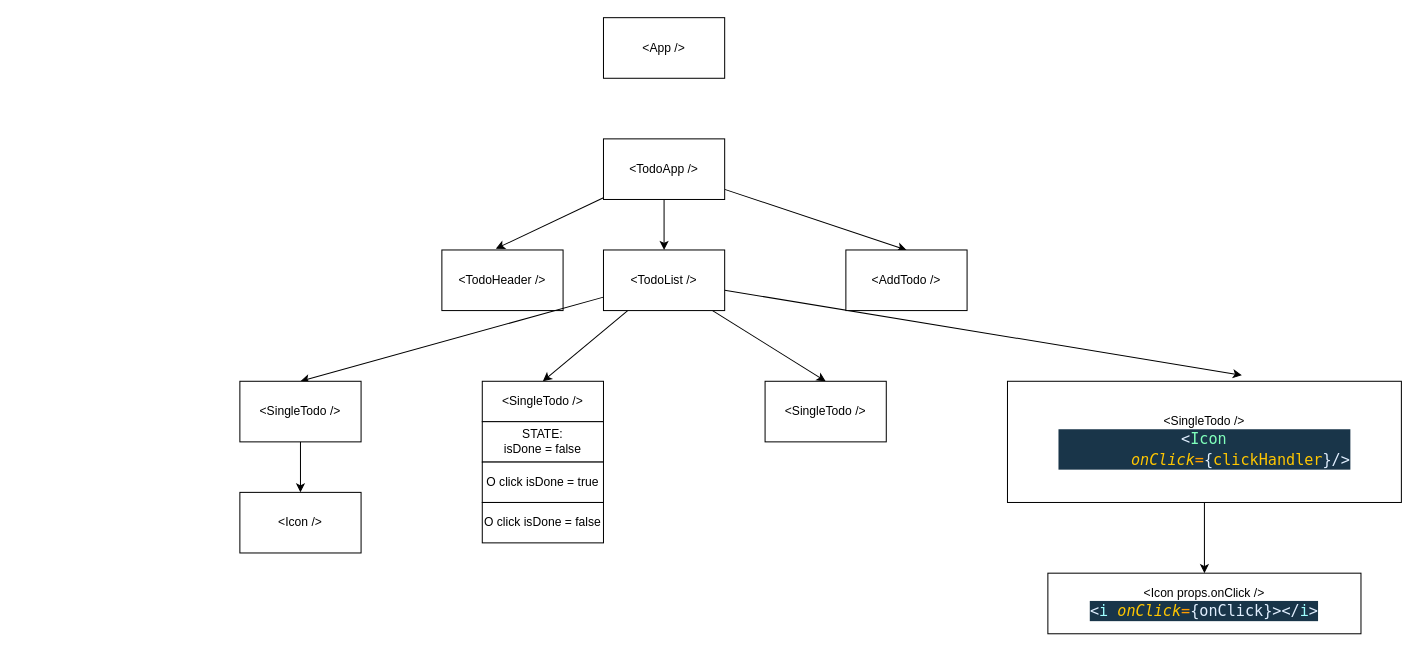
Before: diagram.drawio in Stasysj/type8-react-06-props-forms-todo, a draw.io diagram. Source tidied: cells renumbered, new cells numbered last; positions are measured from the earlier drawing's top-left corner, leaving out a move shared by most shapes. Both pictures are drawn from the tidied source at 101%, with x=0, y=0 at pixel (239, 17).
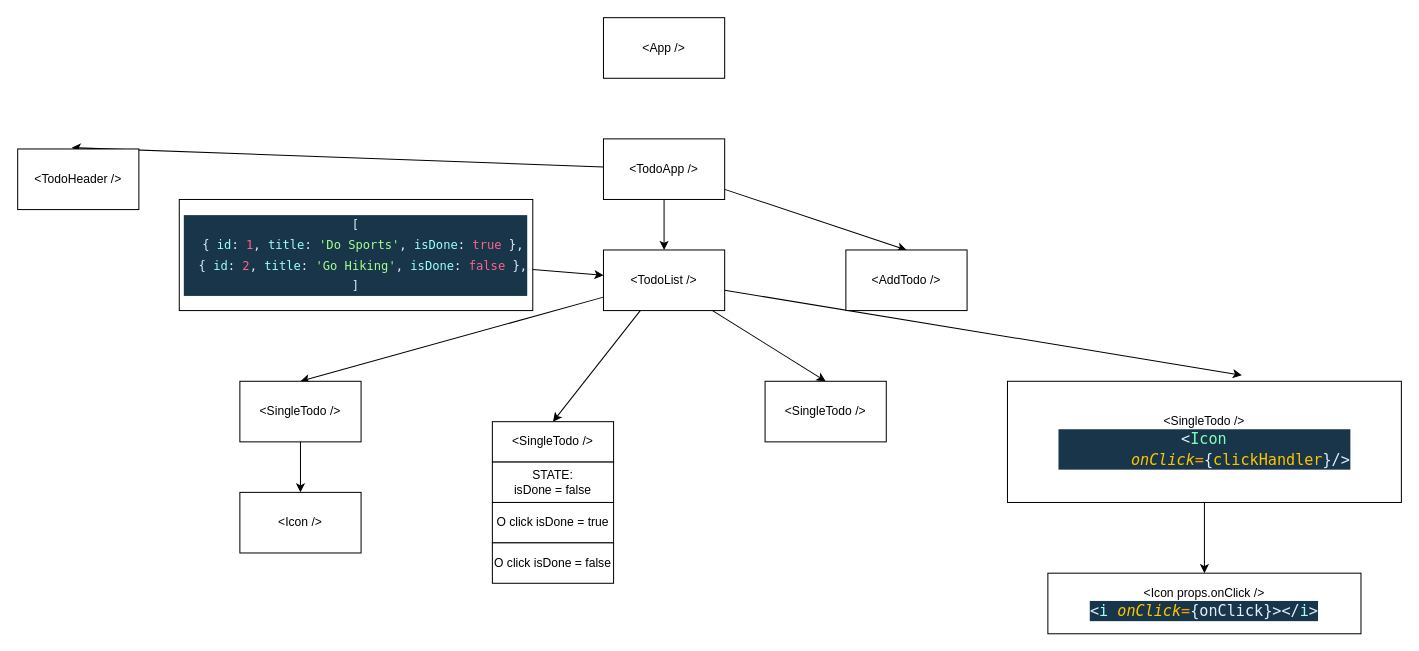
After the change.

Unchanged cells that the change refers to:
```xml
<mxCell id="12" value="&amp;lt;TodoList /&amp;gt;" style="rounded=0;whiteSpace=wrap;html=1;" parent="1" vertex="1">
  <mxGeometry x="360" y="230" width="120" height="60" as="geometry" />
</mxCell>
```

Change to the diagram source:
```diff
@@
     <mxCell id="7" value="&amp;lt;TodoHeader /&amp;gt;" style="rounded=0;whiteSpace=wrap;html=1;" parent="1" vertex="1">
-      <mxGeometry x="200" y="230" width="120" height="60" as="geometry" />
+      <mxGeometry x="-220" y="130" width="120" height="60" as="geometry" />
     </mxCell>
@@
     <mxCell id="16" value="&amp;lt;SingleTodo /&amp;gt;" style="rounded=0;whiteSpace=wrap;html=1;" parent="1" vertex="1">
-      <mxGeometry x="240" y="360" width="120" height="40" as="geometry" />
+      <mxGeometry x="250" y="400" width="120" height="40" as="geometry" />
     </mxCell>
@@
     <mxCell id="21" value="STATE: &lt;br&gt;isDone = false" style="rounded=0;whiteSpace=wrap;html=1;" parent="1" vertex="1">
-      <mxGeometry x="240" y="400" width="120" height="40" as="geometry" />
+      <mxGeometry x="250" y="440" width="120" height="40" as="geometry" />
     </mxCell>
     <mxCell id="22" value="O click isDone = true" style="rounded=0;whiteSpace=wrap;html=1;" parent="1" vertex="1">
-      <mxGeometry x="240" y="440" width="120" height="40" as="geometry" />
+      <mxGeometry x="250" y="480" width="120" height="40" as="geometry" />
     </mxCell>
     <mxCell id="23" value="O click isDone = false" style="rounded=0;whiteSpace=wrap;html=1;" parent="1" vertex="1">
-      <mxGeometry x="240" y="480" width="120" height="40" as="geometry" />
+      <mxGeometry x="250" y="520" width="120" height="40" as="geometry" />
     </mxCell>
@@
+    <mxCell id="25" style="edgeStyle=none;html=1;fontSize=12;" parent="1" edge="1" source="26" target="12">
+      <mxGeometry relative="1" as="geometry" />
+    </mxCell>
+    <mxCell id="26" value="&lt;div style=&quot;color: rgb(255 , 255 , 255) ; background-color: rgb(25 , 53 , 73) ; font-family: &amp;#34;cascadia code&amp;#34; , &amp;#34;menlo&amp;#34; , &amp;#34;monaco&amp;#34; , &amp;#34;courier new&amp;#34; , monospace , &amp;#34;consolas&amp;#34; , &amp;#34;courier new&amp;#34; , monospace ; line-height: 20px&quot;&gt;&lt;div&gt;&lt;span style=&quot;color: #e1efff&quot;&gt;[&lt;/span&gt;&lt;/div&gt;&lt;div&gt;&lt;span style=&quot;color: #9effff&quot;&gt;&amp;nbsp; &lt;/span&gt;&lt;span style=&quot;color: #e1efff&quot;&gt;{&lt;/span&gt;&lt;span style=&quot;color: #9effff&quot;&gt; &lt;/span&gt;&lt;span style=&quot;color: #9effff&quot;&gt;id&lt;/span&gt;&lt;span style=&quot;color: #e1efff&quot;&gt;:&lt;/span&gt;&lt;span style=&quot;color: #9effff&quot;&gt; &lt;/span&gt;&lt;span style=&quot;color: #ff628c&quot;&gt;1&lt;/span&gt;&lt;span style=&quot;color: #e1efff&quot;&gt;,&lt;/span&gt;&lt;span style=&quot;color: #9effff&quot;&gt; &lt;/span&gt;&lt;span style=&quot;color: #9effff&quot;&gt;title&lt;/span&gt;&lt;span style=&quot;color: #e1efff&quot;&gt;:&lt;/span&gt;&lt;span style=&quot;color: #9effff&quot;&gt; &lt;/span&gt;&lt;span style=&quot;color: #92fc79&quot;&gt;'&lt;/span&gt;&lt;span style=&quot;color: #a5ff90&quot;&gt;Do Sports&lt;/span&gt;&lt;span style=&quot;color: #92fc79&quot;&gt;'&lt;/span&gt;&lt;span style=&quot;color: #e1efff&quot;&gt;,&lt;/span&gt;&lt;span style=&quot;color: #9effff&quot;&gt; &lt;/span&gt;&lt;span style=&quot;color: #9effff&quot;&gt;isDone&lt;/span&gt;&lt;span style=&quot;color: #e1efff&quot;&gt;:&lt;/span&gt;&lt;span style=&quot;color: #9effff&quot;&gt; &lt;/span&gt;&lt;span style=&quot;color: #ff628c&quot;&gt;true&lt;/span&gt;&lt;span style=&quot;color: #9effff&quot;&gt; &lt;/span&gt;&lt;span style=&quot;color: #e1efff&quot;&gt;},&lt;/span&gt;&lt;/div&gt;&lt;div&gt;&lt;span style=&quot;color: #9effff&quot;&gt;&amp;nbsp; &lt;/span&gt;&lt;span style=&quot;color: #e1efff&quot;&gt;{&lt;/span&gt;&lt;span style=&quot;color: #9effff&quot;&gt; &lt;/span&gt;&lt;span style=&quot;color: #9effff&quot;&gt;id&lt;/span&gt;&lt;span style=&quot;color: #e1efff&quot;&gt;:&lt;/span&gt;&lt;span style=&quot;color: #9effff&quot;&gt; &lt;/span&gt;&lt;span style=&quot;color: #ff628c&quot;&gt;2&lt;/span&gt;&lt;span style=&quot;color: #e1efff&quot;&gt;,&lt;/span&gt;&lt;span style=&quot;color: #9effff&quot;&gt; &lt;/span&gt;&lt;span style=&quot;color: #9effff&quot;&gt;title&lt;/span&gt;&lt;span style=&quot;color: #e1efff&quot;&gt;:&lt;/span&gt;&lt;span style=&quot;color: #9effff&quot;&gt; &lt;/span&gt;&lt;span style=&quot;color: #92fc79&quot;&gt;'&lt;/span&gt;&lt;span style=&quot;color: #a5ff90&quot;&gt;Go Hiking&lt;/span&gt;&lt;span style=&quot;color: #92fc79&quot;&gt;'&lt;/span&gt;&lt;span style=&quot;color: #e1efff&quot;&gt;,&lt;/span&gt;&lt;span style=&quot;color: #9effff&quot;&gt; &lt;/span&gt;&lt;span style=&quot;color: #9effff&quot;&gt;isDone&lt;/span&gt;&lt;span style=&quot;color: #e1efff&quot;&gt;:&lt;/span&gt;&lt;span style=&quot;color: #9effff&quot;&gt; &lt;/span&gt;&lt;span style=&quot;color: #ff628c&quot;&gt;false&lt;/span&gt;&lt;span style=&quot;color: #9effff&quot;&gt; &lt;/span&gt;&lt;span style=&quot;color: #e1efff&quot;&gt;},&lt;/span&gt;&lt;/div&gt;&lt;div&gt;&lt;span style=&quot;color: #e1efff&quot;&gt;]&lt;/span&gt;&lt;/div&gt;&lt;/div&gt;" style="rounded=0;whiteSpace=wrap;html=1;" parent="1" vertex="1">
+      <mxGeometry x="-60" y="180" width="350" height="110" as="geometry" />
+    </mxCell>
```
